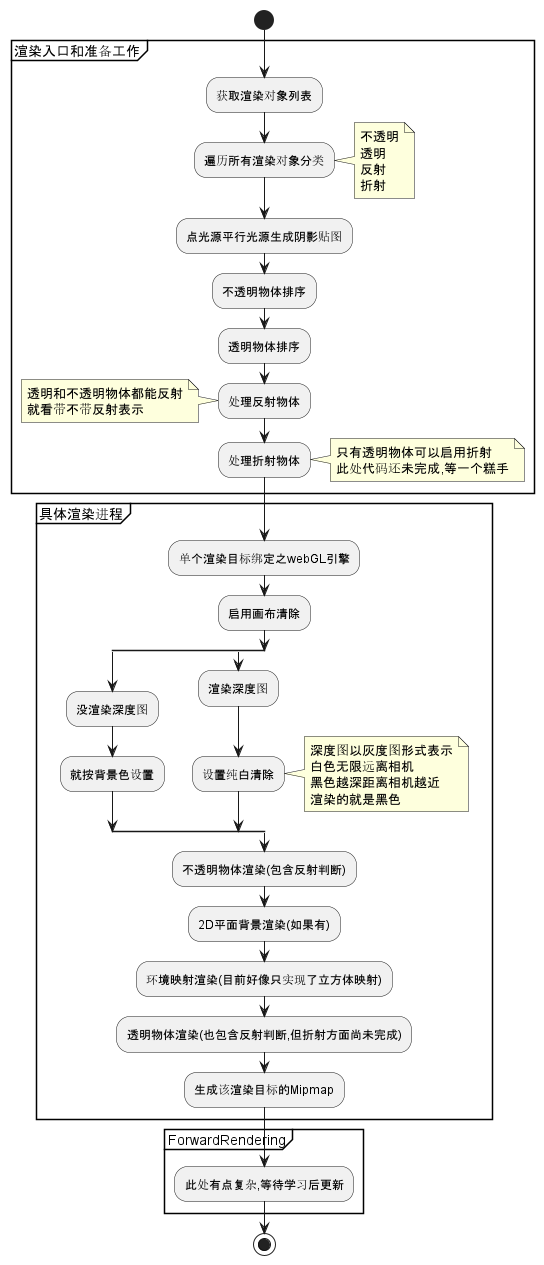
This is UML/Bowell/Engine/RenderProcess.png from YoJitaku/knowledgeRepository, a PlantUML export, as it was before one commit.
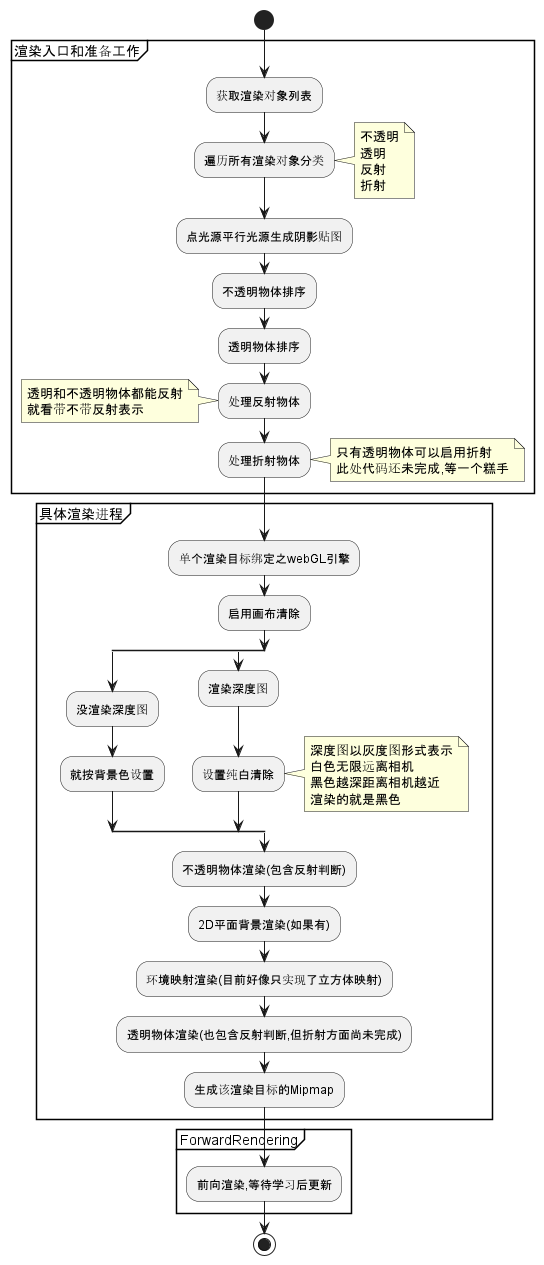
Later version of the same file.

What changed in the source:
```diff
@@ -46,7 +46,7 @@
 :生成该渲染目标的Mipmap;
 endgroup
 group ForwardRendering
-:此处有点复杂,等待学习后更新;
+:前向渲染,等待学习后更新;
 endgroup
 stop
 @enduml
```
